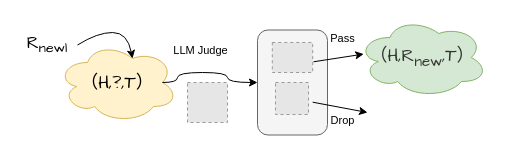
This is 关系验证示意图.drawio from yizhezhixing/yizhezhixing, a draw.io file, before an edit. Source tidied: cells renumbered, new cells numbered last; positions are measured from the earlier drawing's top-left corner, leaving out a move shared by most shapes. Both pictures are drawn from the tidied source at 100%, with x=0, y=0 at pixel (17, 17). Pictures stored in the file or linked from it are replaced by grey dashed boxes.
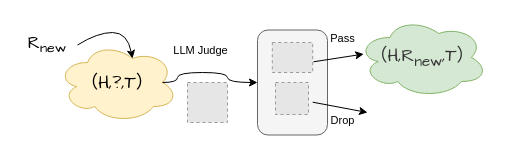
Above is the later version.

Commit message (it also covers changes not shown here):
更新关系验证示意图.drawio

What changed in the source:
```diff
@@
-    <mxCell id="4" value="&lt;font face=&quot;Comic Sans MS&quot; style=&quot;font-size: 17px;&quot;&gt;R&lt;sub style=&quot;&quot;&gt;newl&lt;/sub&gt;&lt;/font&gt;" style="text;html=1;align=center;verticalAlign=middle;whiteSpace=wrap;rounded=0;" parent="1" vertex="1">
+    <mxCell id="4" value="&lt;font face=&quot;Comic Sans MS&quot; style=&quot;font-size: 17px;&quot;&gt;R&lt;sub style=&quot;&quot;&gt;new&lt;/sub&gt;&lt;/font&gt;" style="text;html=1;align=center;verticalAlign=middle;whiteSpace=wrap;rounded=0;" parent="1" vertex="1">
       <mxGeometry y="12.5" width="60" height="30" as="geometry" />
     </mxCell>
```
